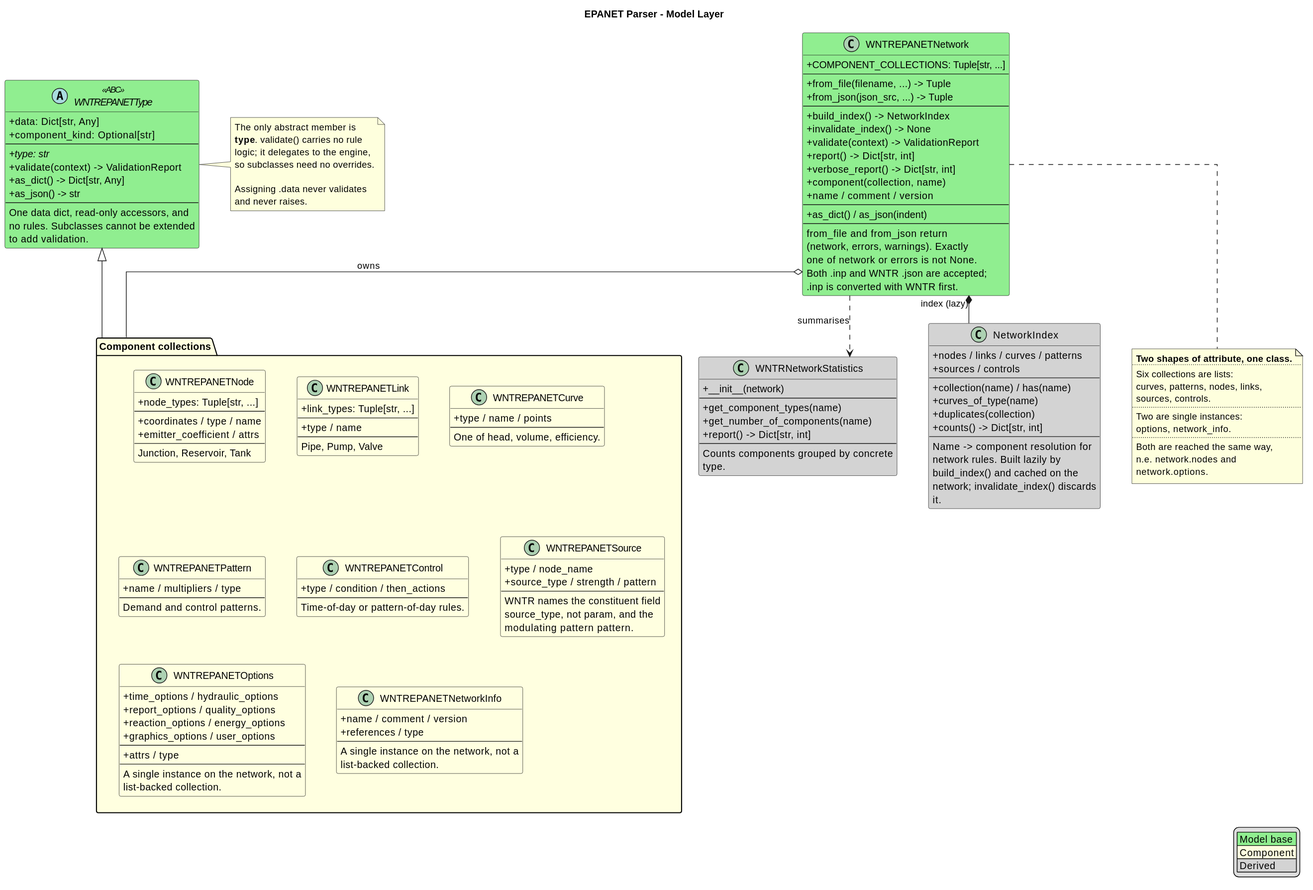
This is docs/source/diagrams/epanetparser_model_layer.svg from tomjanus/epanetparser, a PlantUML export, as it was before one commit. The source it was exported from:
```plantuml
@startuml

title EPANET Parser - Model Layer
skinparam classAttributeIconSize 0
skinparam linetype ortho
skinparam nodesep 45
skinparam ranksep 40
skinparam shadowing false
hide empty members

legend right
  |<#lightgreen> Model base |
  |<#lightyellow> Component |
  |<#lightgray> Derived |
endlegend

abstract class WNTREPANETType <<ABC>> #lightgreen {
  + data: Dict[str, Any]
  + component_kind: Optional[str]
  --
  + {abstract} type: str
  + validate(context) -> ValidationReport
  + as_dict() -> Dict[str, Any]
  + as_json() -> str
  --
  One data dict, read-only accessors, and
  no rules. Subclasses cannot be extended
  to add validation.
}

note right of WNTREPANETType
  The only abstract member is
  **type**. validate() carries no rule
  logic; it delegates to the engine,
  so subclasses need no overrides.

  Assigning .data never validates
  and never raises.
end note

package "Component collections" as Components #lightyellow {
  class WNTREPANETNode #lightyellow {
    + node_types: Tuple[str, ...]
    --
    + coordinates / type / name
    + emitter_coefficient / attrs
    --
    Junction, Reservoir, Tank
  }

  class WNTREPANETLink #lightyellow {
    + link_types: Tuple[str, ...]
    --
    + type / name
    --
    Pipe, Pump, Valve
  }

  class WNTREPANETCurve #lightyellow {
    + type / name / points
    --
    One of head, volume, efficiency.
  }

  class WNTREPANETPattern #lightyellow {
    + name / multipliers / type
    --
    Demand and control patterns.
  }

  class WNTREPANETControl #lightyellow {
    + type / condition / then_actions
    --
    Time-of-day or pattern-of-day rules.
  }

  class WNTREPANETSource #lightyellow {
    + type / node_name
    + source_type / strength / pattern
    --
    WNTR names the constituent field
    source_type, not param, and the
    modulating pattern pattern.
  }

  class WNTREPANETOptions #lightyellow {
    + time_options / hydraulic_options
    + report_options / quality_options
    + reaction_options / energy_options
    + graphics_options / user_options
    --
    + attrs / type
    --
    A single instance on the network, not a
    list-backed collection.
  }

  class WNTREPANETNetworkInfo #lightyellow {
    + name / comment / version
    + references / type
    --
    A single instance on the network, not a
    list-backed collection.
  }
}

class WNTREPANETNetwork #lightgreen {
  + COMPONENT_COLLECTIONS: Tuple[str, ...]
  --
  + from_file(filename, ...) -> Tuple
  + from_json(json_src, ...) -> Tuple
  --
  + build_index() -> NetworkIndex
  + invalidate_index() -> None
  + validate(context) -> ValidationReport
  + report() -> Dict[str, int]
  + verbose_report() -> Dict[str, int]
  + component(collection, name)
  + name / comment / version
  --
  + as_dict() / as_json(indent)
  --
  from_file and from_json return
  (network, errors, warnings). Exactly
  one of network or errors is not None.
  Both .inp and WNTR .json are accepted;
  .inp is converted with WNTR first.
}

class WNTRNetworkStatistics #lightgray {
  + __init__(network)
  --
  + get_component_types(name)
  + get_number_of_components(name)
  + report() -> Dict[str, int]
  --
  Counts components grouped by concrete
  type.
}

class NetworkIndex #lightgray {
  + nodes / links / curves / patterns
  + sources / controls
  --
  + collection(name) / has(name)
  + curves_of_type(name)
  + duplicates(collection)
  + counts() -> Dict[str, int]
  --
  Name -> component resolution for
  network rules. Built lazily by
  build_index() and cached on the
  network; invalidate_index() discards
  it.
}

WNTREPANETType <|-- Components

WNTREPANETNetwork o-- Components : owns

WNTREPANETNetwork *-- NetworkIndex : index (lazy)
WNTREPANETNetwork ..> WNTRNetworkStatistics : summarises

note as Access
  **Two shapes of attribute, one class.**
  ..
  Six collections are lists:
  curves, patterns, nodes, links,
  sources, controls.
  ..
  Two are single instances:
  options, network_info.
  ..
  Both are reached the same way,
  n.e. network.nodes and
  network.options.
end note

WNTREPANETNetwork .. Access
@enduml
```
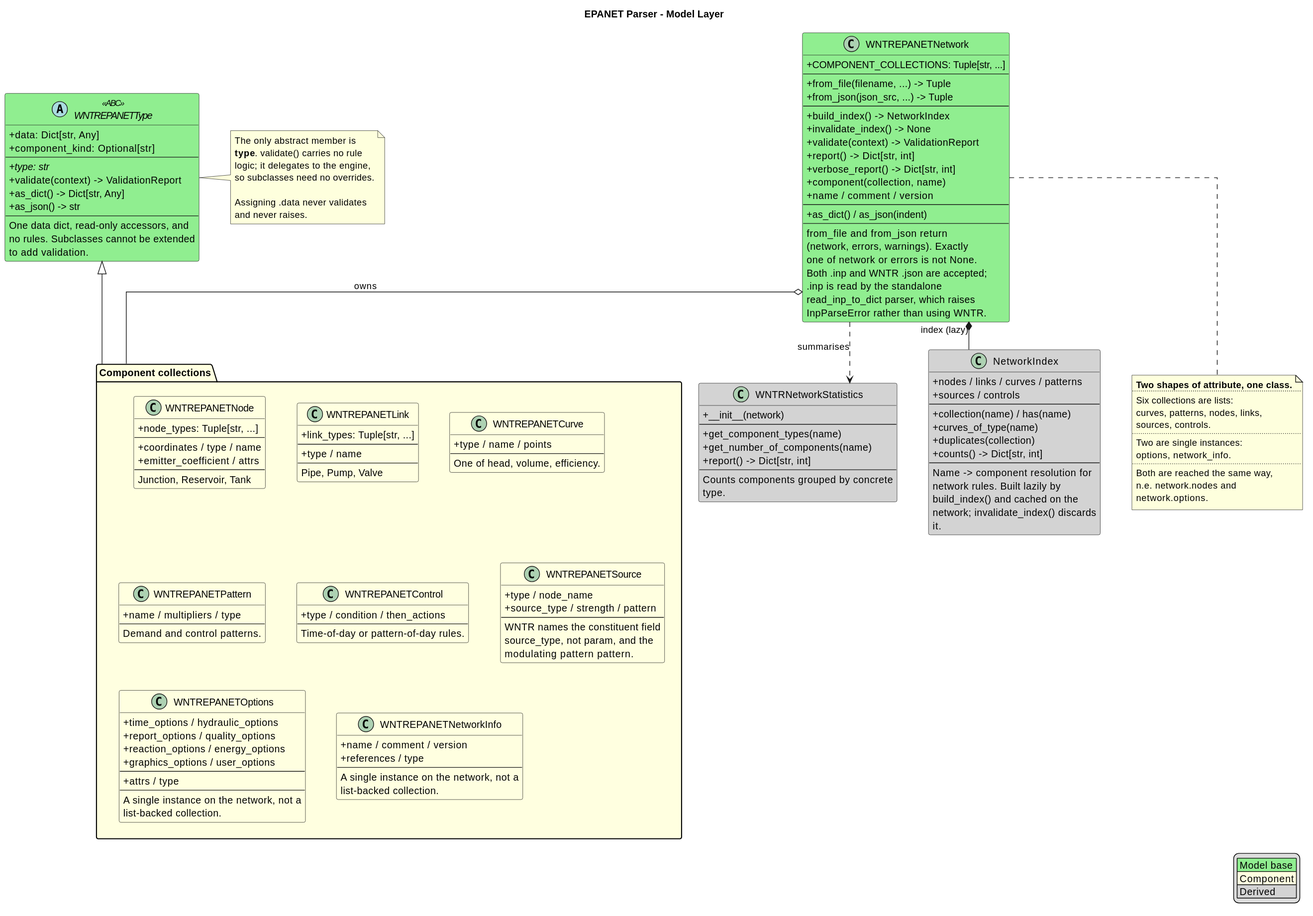
Above is the later version.

Diff of the diagram source:
```diff
@@ -124,7 +124,9 @@
   (network, errors, warnings). Exactly
   one of network or errors is not None.
   Both .inp and WNTR .json are accepted;
-  .inp is converted with WNTR first.
+  .inp is read by the standalone
+  read_inp_to_dict parser, which raises
+  InpParseError rather than using WNTR.
 }
 
 class WNTRNetworkStatistics #lightgray {
```
